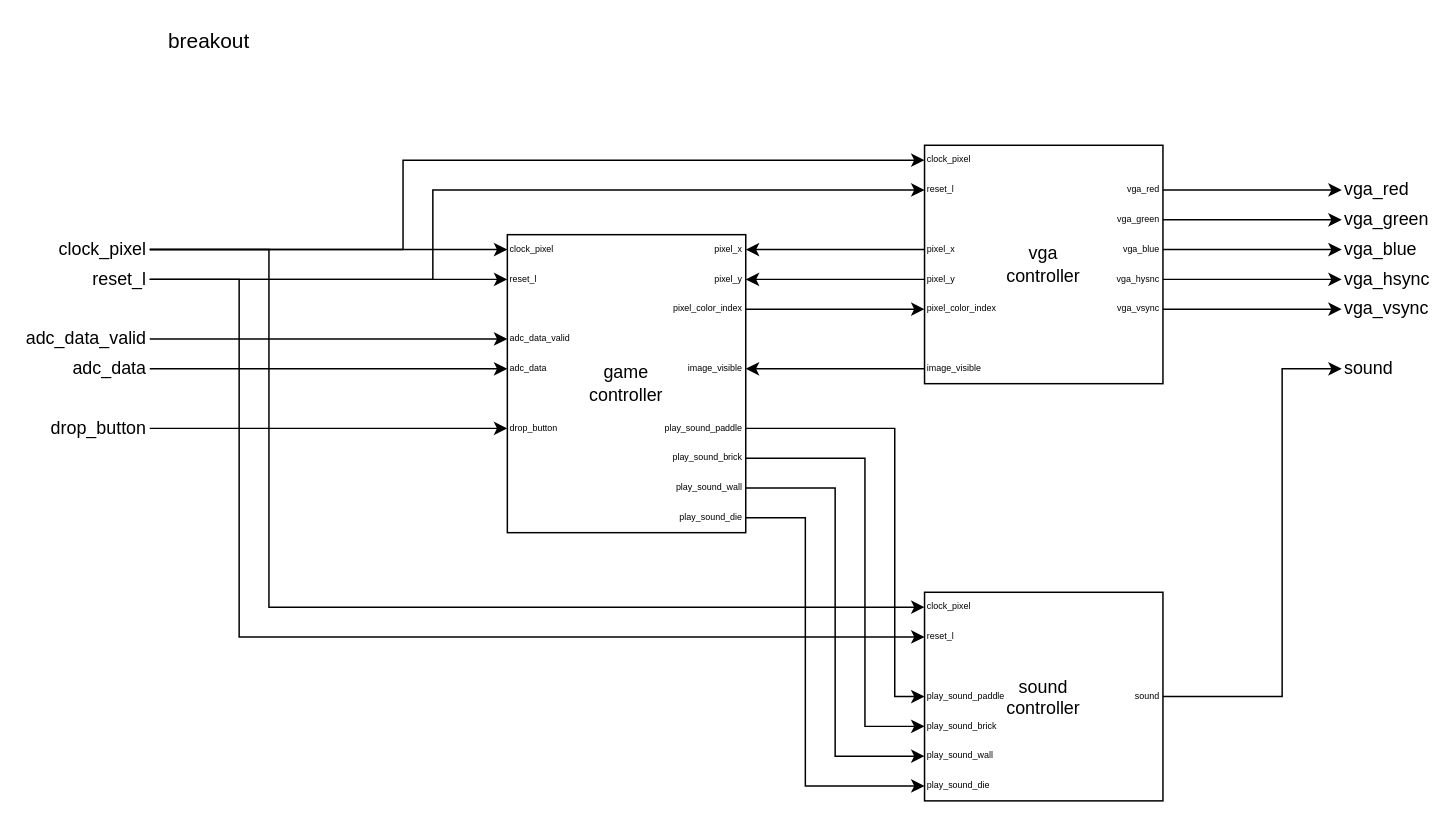
Before: diagrams/breakout.drawio in kmskillings/breakout, a draw.io diagram. Source tidied: cells renumbered, new cells numbered last; positions are measured from the earlier drawing's top-left corner, leaving out a move shared by most shapes. Both pictures are drawn from the tidied source at 149%, with x=0, y=0 at pixel (89, 25).
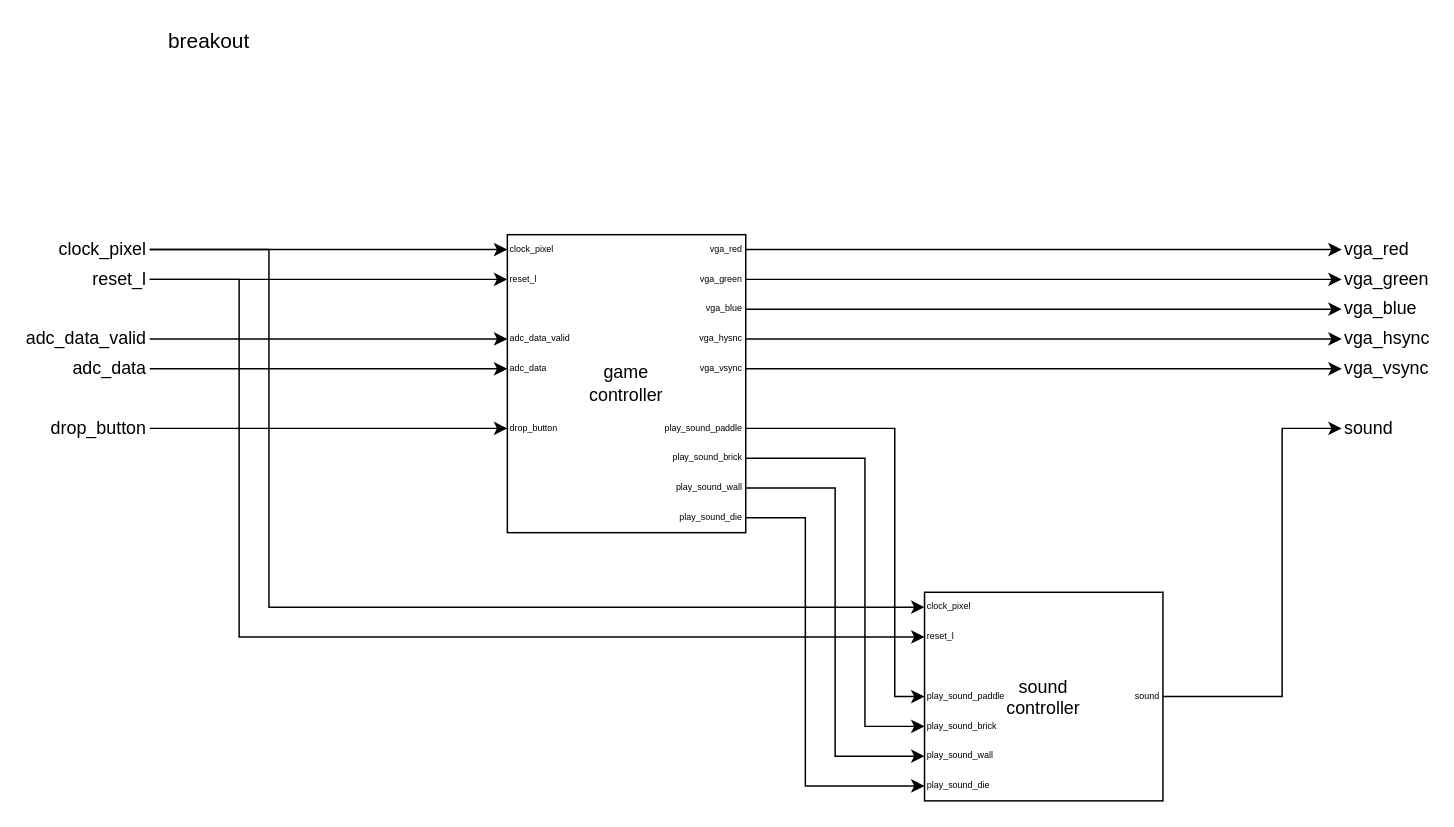
After the change.

Commit message:
Combine game controller and vga controller blocks into a single block

Unchanged cells that the change refers to:
```xml
<mxCell id="10" value="reset_l" style="text;html=1;strokeColor=none;fillColor=none;align=right;verticalAlign=middle;whiteSpace=wrap;rounded=0;points=[];" parent="1" vertex="1">
  <mxGeometry y="160" width="40" height="20" as="geometry" />
</mxCell>
<mxCell id="14" value="clock_pixel" style="text;html=1;strokeColor=none;fillColor=none;align=right;verticalAlign=middle;whiteSpace=wrap;rounded=0;points=[];" parent="1" vertex="1">
  <mxGeometry y="140" width="40" height="20" as="geometry" />
</mxCell>
<mxCell id="31" value="sound" style="text;html=1;strokeColor=none;fillColor=none;align=right;verticalAlign=middle;whiteSpace=wrap;rounded=0;fontSize=6;points=[];" parent="23" vertex="1">
  <mxGeometry x="140" y="60" width="20" height="20" as="geometry" />
</mxCell>
<mxCell id="37" style="group;" parent="1" vertex="1">
  <mxGeometry x="280" y="140" width="160" height="200" as="geometry" />
</mxCell>
```

Change to the diagram source:
```diff
@@
-    <mxCell id="9" style="edgeStyle=orthogonalEdgeStyle;rounded=0;jettySize=auto;html=1;" parent="1" edge="1" source="10" target="55">
-      <mxGeometry relative="1" as="geometry">
-        <Array as="points">
-          <mxPoint x="230" y="170" />
-          <mxPoint x="230" y="110" />
-        </Array>
-      </mxGeometry>
-    </mxCell>
@@
-    <mxCell id="13" style="edgeStyle=orthogonalEdgeStyle;rounded=0;jettySize=auto;html=1;" parent="1" edge="1" source="14" target="54">
-      <mxGeometry relative="1" as="geometry">
-        <Array as="points">
-          <mxPoint x="210" y="150" />
-          <mxPoint x="210" y="90" />
-        </Array>
-      </mxGeometry>
-    </mxCell>
@@
     <mxCell id="15" value="vga_red" style="text;html=1;strokeColor=none;fillColor=none;align=left;verticalAlign=middle;whiteSpace=wrap;rounded=0;points=[];" parent="1" vertex="1">
-      <mxGeometry x="840" y="100" width="40" height="20" as="geometry" />
+      <mxGeometry x="840" y="140" width="40" height="20" as="geometry" />
     </mxCell>
     <mxCell id="16" value="vga_green" style="text;html=1;strokeColor=none;fillColor=none;align=left;verticalAlign=middle;whiteSpace=wrap;rounded=0;points=[];" parent="1" vertex="1">
-      <mxGeometry x="840" y="120" width="40" height="20" as="geometry" />
+      <mxGeometry x="840" y="160" width="40" height="20" as="geometry" />
     </mxCell>
     <mxCell id="17" value="vga_blue" style="text;html=1;strokeColor=none;fillColor=none;align=left;verticalAlign=middle;whiteSpace=wrap;rounded=0;points=[];" parent="1" vertex="1">
-      <mxGeometry x="840" y="140" width="40" height="20" as="geometry" />
+      <mxGeometry x="840" y="180" width="40" height="20" as="geometry" />
     </mxCell>
     <mxCell id="18" value="vga_hsync" style="text;html=1;strokeColor=none;fillColor=none;align=left;verticalAlign=middle;whiteSpace=wrap;rounded=0;points=[];" parent="1" vertex="1">
-      <mxGeometry x="840" y="160" width="40" height="20" as="geometry" />
+      <mxGeometry x="840" y="200" width="40" height="20" as="geometry" />
     </mxCell>
     <mxCell id="19" value="vga_vsync" style="text;html=1;strokeColor=none;fillColor=none;align=left;verticalAlign=middle;whiteSpace=wrap;rounded=0;points=[];" parent="1" vertex="1">
-      <mxGeometry x="840" y="180" width="40" height="20" as="geometry" />
+      <mxGeometry x="840" y="220" width="40" height="20" as="geometry" />
     </mxCell>
     <mxCell id="20" value="sound" style="text;html=1;strokeColor=none;fillColor=none;align=left;verticalAlign=middle;whiteSpace=wrap;rounded=0;points=[];" parent="1" vertex="1">
-      <mxGeometry x="840" y="220" width="40" height="20" as="geometry" />
+      <mxGeometry x="840" y="260" width="40" height="20" as="geometry" />
     </mxCell>
@@
     <mxCell id="36" style="edgeStyle=orthogonalEdgeStyle;rounded=0;jettySize=auto;html=1;" parent="1" edge="1" source="31" target="20">
       <mxGeometry relative="1" as="geometry">
         <Array as="points">
           <mxPoint x="800" y="450" />
-          <mxPoint x="800" y="230" />
+          <mxPoint x="800" y="270" />
         </Array>
       </mxGeometry>
     </mxCell>
@@
-    <mxCell id="48" value="pixel_x" style="text;html=1;strokeColor=none;fillColor=none;align=right;verticalAlign=middle;whiteSpace=wrap;rounded=0;fontSize=6;points=[];" parent="37" vertex="1">
-      <mxGeometry x="140" width="20" height="20" as="geometry" />
-    </mxCell>
-    <mxCell id="49" value="pixel_y" style="text;html=1;strokeColor=none;fillColor=none;align=right;verticalAlign=middle;whiteSpace=wrap;rounded=0;fontSize=6;points=[];" parent="37" vertex="1">
-      <mxGeometry x="140" y="20" width="20" height="20" as="geometry" />
-    </mxCell>
-    <mxCell id="50" value="image_visible" style="text;html=1;strokeColor=none;fillColor=none;align=right;verticalAlign=middle;whiteSpace=wrap;rounded=0;fontSize=6;points=[];" parent="37" vertex="1">
-      <mxGeometry x="140" y="80" width="20" height="20" as="geometry" />
-    </mxCell>
-    <mxCell id="51" value="pixel_color_index" style="text;html=1;strokeColor=none;fillColor=none;align=right;verticalAlign=middle;whiteSpace=wrap;rounded=0;fontSize=6;points=[];" parent="37" vertex="1">
-      <mxGeometry x="140" y="40" width="20" height="20" as="geometry" />
-    </mxCell>
-    <mxCell id="52" style="group;" parent="1" vertex="1">
-      <mxGeometry x="560" y="80" width="160" height="160" as="geometry" />
-    </mxCell>
-    <mxCell id="53" value="vga&lt;br&gt;controller" style="whiteSpace=wrap;html=1;fillColor=none;" parent="52" vertex="1">
-      <mxGeometry width="160" height="160" as="geometry" />
-    </mxCell>
-    <mxCell id="54" value="clock_pixel" style="text;html=1;strokeColor=none;fillColor=none;align=left;verticalAlign=middle;whiteSpace=wrap;rounded=0;fontSize=6;points=[];" parent="52" vertex="1">
-      <mxGeometry width="20" height="20" as="geometry" />
-    </mxCell>
-    <mxCell id="55" value="reset_l" style="text;html=1;strokeColor=none;fillColor=none;align=left;verticalAlign=middle;whiteSpace=wrap;rounded=0;fontSize=6;points=[];" parent="52" vertex="1">
-      <mxGeometry y="20" width="20" height="20" as="geometry" />
-    </mxCell>
-    <mxCell id="56" value="pixel_x" style="text;html=1;strokeColor=none;fillColor=none;align=left;verticalAlign=middle;whiteSpace=wrap;rounded=0;fontSize=6;points=[];" parent="52" vertex="1">
-      <mxGeometry y="60" width="20" height="20" as="geometry" />
-    </mxCell>
-    <mxCell id="57" value="pixel_y" style="text;html=1;strokeColor=none;fillColor=none;align=left;verticalAlign=middle;whiteSpace=wrap;rounded=0;fontSize=6;points=[];" parent="52" vertex="1">
-      <mxGeometry y="80" width="20" height="20" as="geometry" />
-    </mxCell>
-    <mxCell id="58" value="image_visible" style="text;html=1;strokeColor=none;fillColor=none;align=left;verticalAlign=middle;whiteSpace=wrap;rounded=0;fontSize=6;points=[];" parent="52" vertex="1">
-      <mxGeometry y="140" width="20" height="20" as="geometry" />
-    </mxCell>
-    <mxCell id="59" value="pixel_color_index" style="text;html=1;strokeColor=none;fillColor=none;align=left;verticalAlign=middle;whiteSpace=wrap;rounded=0;fontSize=6;points=[];" parent="52" vertex="1">
-      <mxGeometry y="100" width="20" height="20" as="geometry" />
-    </mxCell>
-    <mxCell id="60" value="vga_red" style="text;html=1;strokeColor=none;fillColor=none;align=right;verticalAlign=middle;whiteSpace=wrap;rounded=0;fontSize=6;points=[];" parent="52" vertex="1">
-      <mxGeometry x="140" y="20" width="20" height="20" as="geometry" />
+    <mxCell id="60" value="vga_red" style="text;html=1;strokeColor=none;fillColor=none;align=right;verticalAlign=middle;whiteSpace=wrap;rounded=0;fontSize=6;points=[];" parent="37" vertex="1">
+      <mxGeometry x="140" width="20" height="20" as="geometry" />
     </mxCell>
-    <mxCell id="61" value="vga_green" style="text;html=1;strokeColor=none;fillColor=none;align=right;verticalAlign=middle;whiteSpace=wrap;rounded=0;fontSize=6;points=[];" parent="52" vertex="1">
-      <mxGeometry x="140" y="40" width="20" height="20" as="geometry" />
+    <mxCell id="61" value="vga_green" style="text;html=1;strokeColor=none;fillColor=none;align=right;verticalAlign=middle;whiteSpace=wrap;rounded=0;fontSize=6;points=[];" parent="37" vertex="1">
+      <mxGeometry x="140" y="20" width="20" height="20" as="geometry" />
     </mxCell>
-    <mxCell id="62" value="vga_blue" style="text;html=1;strokeColor=none;fillColor=none;align=right;verticalAlign=middle;whiteSpace=wrap;rounded=0;fontSize=6;points=[];" parent="52" vertex="1">
-      <mxGeometry x="140" y="60" width="20" height="20" as="geometry" />
+    <mxCell id="62" value="vga_blue" style="text;html=1;strokeColor=none;fillColor=none;align=right;verticalAlign=middle;whiteSpace=wrap;rounded=0;fontSize=6;points=[];" parent="37" vertex="1">
+      <mxGeometry x="140" y="40" width="20" height="20" as="geometry" />
     </mxCell>
-    <mxCell id="63" value="vga_hysnc" style="text;html=1;strokeColor=none;fillColor=none;align=right;verticalAlign=middle;whiteSpace=wrap;rounded=0;fontSize=6;points=[];" parent="52" vertex="1">
-      <mxGeometry x="140" y="80" width="20" height="20" as="geometry" />
+    <mxCell id="63" value="vga_hysnc" style="text;html=1;strokeColor=none;fillColor=none;align=right;verticalAlign=middle;whiteSpace=wrap;rounded=0;fontSize=6;points=[];" parent="37" vertex="1">
+      <mxGeometry x="140" y="60" width="20" height="20" as="geometry" />
     </mxCell>
-    <mxCell id="64" value="vga_vsync" style="text;html=1;strokeColor=none;fillColor=none;align=right;verticalAlign=middle;whiteSpace=wrap;rounded=0;fontSize=6;points=[];" parent="52" vertex="1">
-      <mxGeometry x="140" y="100" width="20" height="20" as="geometry" />
+    <mxCell id="64" value="vga_vsync" style="text;html=1;strokeColor=none;fillColor=none;align=right;verticalAlign=middle;whiteSpace=wrap;rounded=0;fontSize=6;points=[];" parent="37" vertex="1">
+      <mxGeometry x="140" y="80" width="20" height="20" as="geometry" />
     </mxCell>
-    <mxCell id="65" style="edgeStyle=orthogonalEdgeStyle;rounded=0;jettySize=auto;html=1;" parent="1" edge="1" source="56" target="48">
-      <mxGeometry relative="1" as="geometry" />
-    </mxCell>
-    <mxCell id="66" style="edgeStyle=orthogonalEdgeStyle;rounded=0;jettySize=auto;html=1;" parent="1" edge="1" source="57" target="49">
-      <mxGeometry relative="1" as="geometry" />
-    </mxCell>
-    <mxCell id="67" style="edgeStyle=orthogonalEdgeStyle;rounded=0;jettySize=auto;html=1;" parent="1" edge="1" source="51" target="59">
-      <mxGeometry relative="1" as="geometry" />
-    </mxCell>
-    <mxCell id="68" style="edgeStyle=orthogonalEdgeStyle;rounded=0;jettySize=auto;html=1;" parent="1" edge="1" source="58" target="50">
-      <mxGeometry relative="1" as="geometry" />
-    </mxCell>
+    <mxCell id="73" style="edgeStyle=orthogonalEdgeStyle;rounded=0;jettySize=auto;html=1;" parent="1" edge="1" source="64" target="19">
+      <mxGeometry relative="1" as="geometry" />
+    </mxCell>
+    <mxCell id="72" style="edgeStyle=orthogonalEdgeStyle;rounded=0;jettySize=auto;html=1;" parent="1" edge="1" source="63" target="18">
+      <mxGeometry relative="1" as="geometry" />
+    </mxCell>
+    <mxCell id="71" style="edgeStyle=orthogonalEdgeStyle;rounded=0;jettySize=auto;html=1;" parent="1" edge="1" source="62" target="17">
+      <mxGeometry relative="1" as="geometry" />
+    </mxCell>
+    <mxCell id="70" style="edgeStyle=orthogonalEdgeStyle;rounded=0;jettySize=auto;html=1;" parent="1" edge="1" source="61" target="16">
+      <mxGeometry relative="1" as="geometry" />
+    </mxCell>
@@
-    <mxCell id="70" style="edgeStyle=orthogonalEdgeStyle;rounded=0;jettySize=auto;html=1;" parent="1" edge="1" source="61" target="16">
-      <mxGeometry relative="1" as="geometry" />
-    </mxCell>
-    <mxCell id="71" style="edgeStyle=orthogonalEdgeStyle;rounded=0;jettySize=auto;html=1;" parent="1" edge="1" source="62" target="17">
-      <mxGeometry relative="1" as="geometry" />
-    </mxCell>
-    <mxCell id="72" style="edgeStyle=orthogonalEdgeStyle;rounded=0;jettySize=auto;html=1;" parent="1" edge="1" source="63" target="18">
-      <mxGeometry relative="1" as="geometry" />
-    </mxCell>
-    <mxCell id="73" style="edgeStyle=orthogonalEdgeStyle;rounded=0;jettySize=auto;html=1;" parent="1" edge="1" source="64" target="19">
-      <mxGeometry relative="1" as="geometry" />
-    </mxCell>
```
